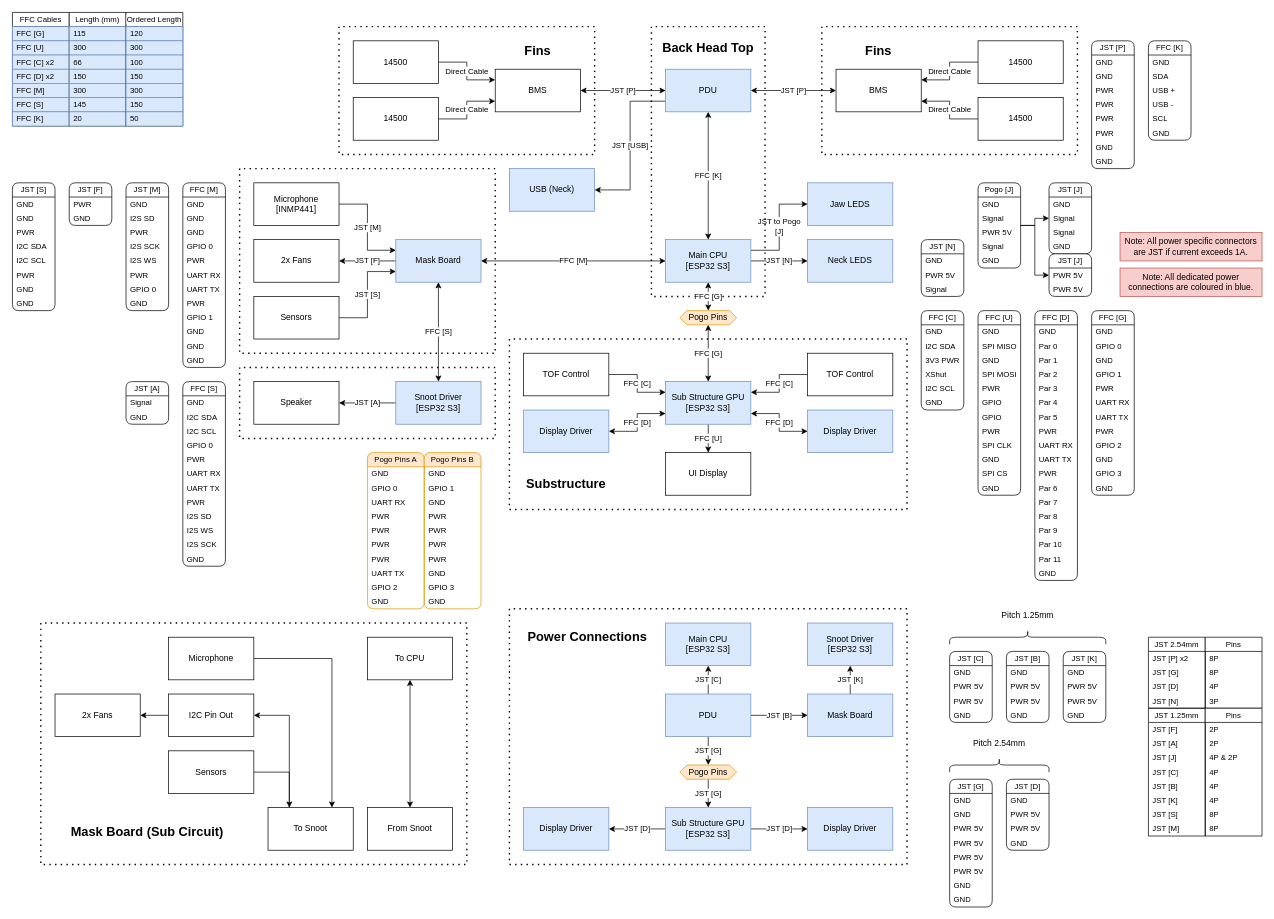
Above: page "Connectors & Connections" (2 of 3) of Documents/Electronics.drawio in XCR1793/Synth-Head (draw.io), before the change. Source tidied: cells renumbered, new cells numbered last; positions are measured from the earlier drawing's top-left corner, leaving out a move shared by most shapes. Both pictures are drawn from the tidied source at 71%, with x=0, y=0 at pixel (12, 12).
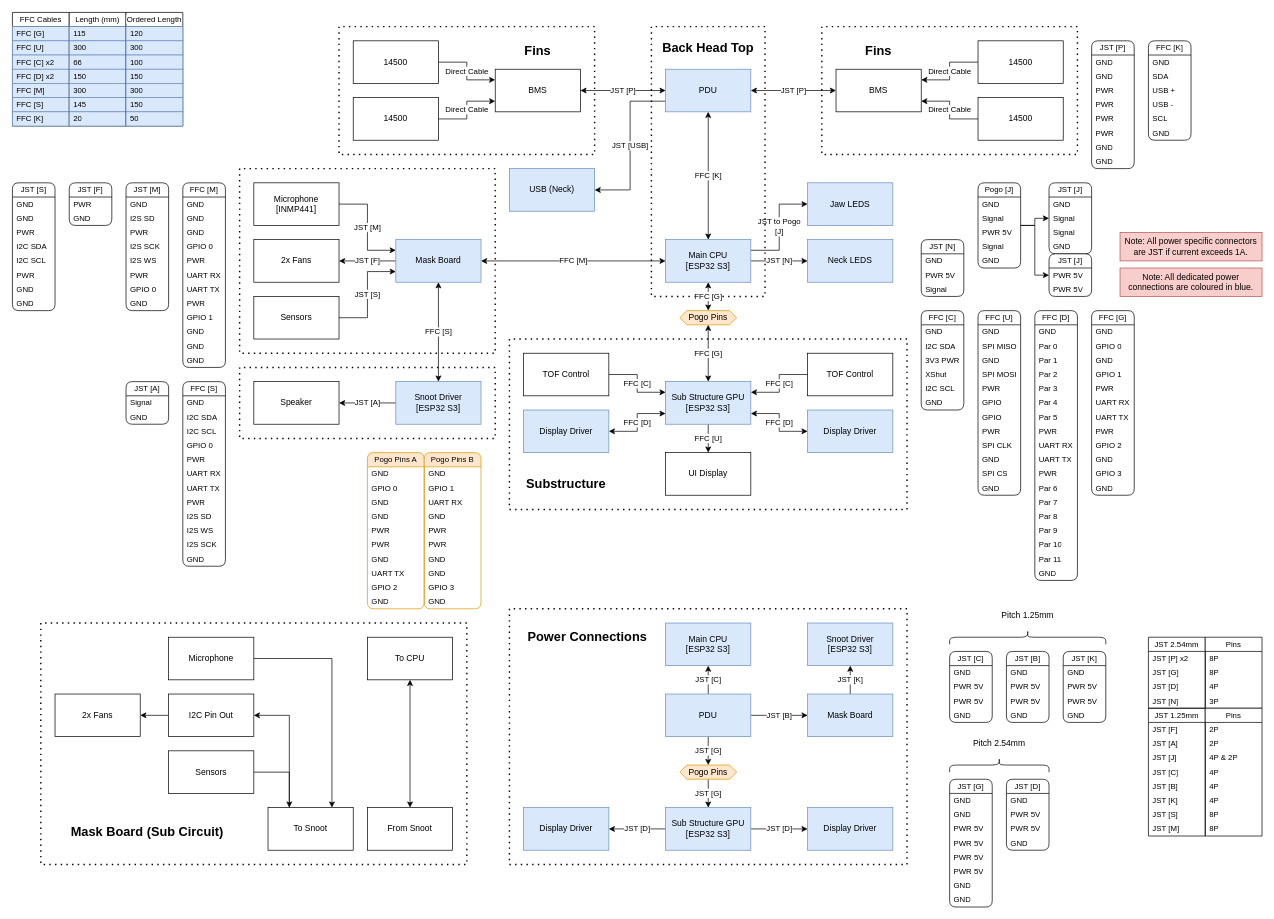
After the change.

Unchanged cells that the change refers to:
```xml
<mxCell id="264" value="Pogo Pins A" style="swimlane;fontStyle=0;horizontal=1;startSize=20;whiteSpace=wrap;html=1;fontFamily=Helvetica;fontSize=11;labelBackgroundColor=none;rounded=1;fillColor=#ffe6cc;strokeColor=#d79b00;" parent="1" vertex="1">
  <mxGeometry x="500" y="620" width="80" height="220" as="geometry" />
</mxCell>
<mxCell id="275" value="Pogo Pins B" style="swimlane;fontStyle=0;horizontal=1;startSize=20;whiteSpace=wrap;html=1;fontFamily=Helvetica;fontSize=11;labelBackgroundColor=none;rounded=1;fillColor=#ffe6cc;strokeColor=#d79b00;" parent="1" vertex="1">
  <mxGeometry x="580" y="620" width="80" height="220" as="geometry" />
</mxCell>
```

Change to the diagram source:
```diff
@@
-    <mxCell id="267" value="UART RX" style="text;strokeColor=none;fillColor=none;align=left;verticalAlign=middle;spacingLeft=4;spacingRight=4;overflow=hidden;whiteSpace=wrap;html=1;fontFamily=Helvetica;fontSize=11;fontColor=default;labelBackgroundColor=default;fontStyle=0;" parent="264" vertex="1">
-      <mxGeometry y="60" width="80" height="20" as="geometry" />
-    </mxCell>
+    <mxCell id="278" value="GND" style="text;strokeColor=none;fillColor=none;align=left;verticalAlign=middle;spacingLeft=4;spacingRight=4;overflow=hidden;whiteSpace=wrap;html=1;fontFamily=Helvetica;fontSize=11;fontColor=default;labelBackgroundColor=default;fontStyle=0;" parent="264" vertex="1">
+      <mxGeometry y="60" width="80" height="20" as="geometry" />
+    </mxCell>
-    <mxCell id="268" value="PWR" style="text;strokeColor=none;fillColor=none;align=left;verticalAlign=middle;spacingLeft=4;spacingRight=4;overflow=hidden;whiteSpace=wrap;html=1;fontFamily=Helvetica;fontSize=11;fontColor=default;labelBackgroundColor=default;fontStyle=0;" parent="264" vertex="1">
+    <mxCell id="268" value="GND" style="text;strokeColor=none;fillColor=none;align=left;verticalAlign=middle;spacingLeft=4;spacingRight=4;overflow=hidden;whiteSpace=wrap;html=1;fontFamily=Helvetica;fontSize=11;fontColor=default;labelBackgroundColor=default;fontStyle=0;" parent="264" vertex="1">
       <mxGeometry y="80" width="80" height="20" as="geometry" />
     </mxCell>
@@
-    <mxCell id="271" value="PWR" style="text;strokeColor=none;fillColor=none;align=left;verticalAlign=middle;spacingLeft=4;spacingRight=4;overflow=hidden;whiteSpace=wrap;html=1;fontFamily=Helvetica;fontSize=11;fontColor=default;labelBackgroundColor=default;fontStyle=0;" parent="264" vertex="1">
+    <mxCell id="271" value="GND" style="text;strokeColor=none;fillColor=none;align=left;verticalAlign=middle;spacingLeft=4;spacingRight=4;overflow=hidden;whiteSpace=wrap;html=1;fontFamily=Helvetica;fontSize=11;fontColor=default;labelBackgroundColor=default;fontStyle=0;" parent="264" vertex="1">
       <mxGeometry y="140" width="80" height="20" as="geometry" />
     </mxCell>
@@
-    <mxCell id="278" value="GND" style="text;strokeColor=none;fillColor=none;align=left;verticalAlign=middle;spacingLeft=4;spacingRight=4;overflow=hidden;whiteSpace=wrap;html=1;fontFamily=Helvetica;fontSize=11;fontColor=default;labelBackgroundColor=default;fontStyle=0;" parent="275" vertex="1">
-      <mxGeometry y="60" width="80" height="20" as="geometry" />
-    </mxCell>
+    <mxCell id="267" value="UART RX" style="text;strokeColor=none;fillColor=none;align=left;verticalAlign=middle;spacingLeft=4;spacingRight=4;overflow=hidden;whiteSpace=wrap;html=1;fontFamily=Helvetica;fontSize=11;fontColor=default;labelBackgroundColor=default;fontStyle=0;" parent="275" vertex="1">
+      <mxGeometry y="60" width="80" height="20" as="geometry" />
+    </mxCell>
-    <mxCell id="279" value="PWR" style="text;strokeColor=none;fillColor=none;align=left;verticalAlign=middle;spacingLeft=4;spacingRight=4;overflow=hidden;whiteSpace=wrap;html=1;fontFamily=Helvetica;fontSize=11;fontColor=default;labelBackgroundColor=default;fontStyle=0;" parent="275" vertex="1">
+    <mxCell id="279" value="GND" style="text;strokeColor=none;fillColor=none;align=left;verticalAlign=middle;spacingLeft=4;spacingRight=4;overflow=hidden;whiteSpace=wrap;html=1;fontFamily=Helvetica;fontSize=11;fontColor=default;labelBackgroundColor=default;fontStyle=0;" parent="275" vertex="1">
       <mxGeometry y="80" width="80" height="20" as="geometry" />
     </mxCell>
@@
-    <mxCell id="282" value="PWR" style="text;strokeColor=none;fillColor=none;align=left;verticalAlign=middle;spacingLeft=4;spacingRight=4;overflow=hidden;whiteSpace=wrap;html=1;fontFamily=Helvetica;fontSize=11;fontColor=default;labelBackgroundColor=default;fontStyle=0;" parent="275" vertex="1">
+    <mxCell id="282" value="GND" style="text;strokeColor=none;fillColor=none;align=left;verticalAlign=middle;spacingLeft=4;spacingRight=4;overflow=hidden;whiteSpace=wrap;html=1;fontFamily=Helvetica;fontSize=11;fontColor=default;labelBackgroundColor=default;fontStyle=0;" parent="275" vertex="1">
       <mxGeometry y="140" width="80" height="20" as="geometry" />
     </mxCell>
```
